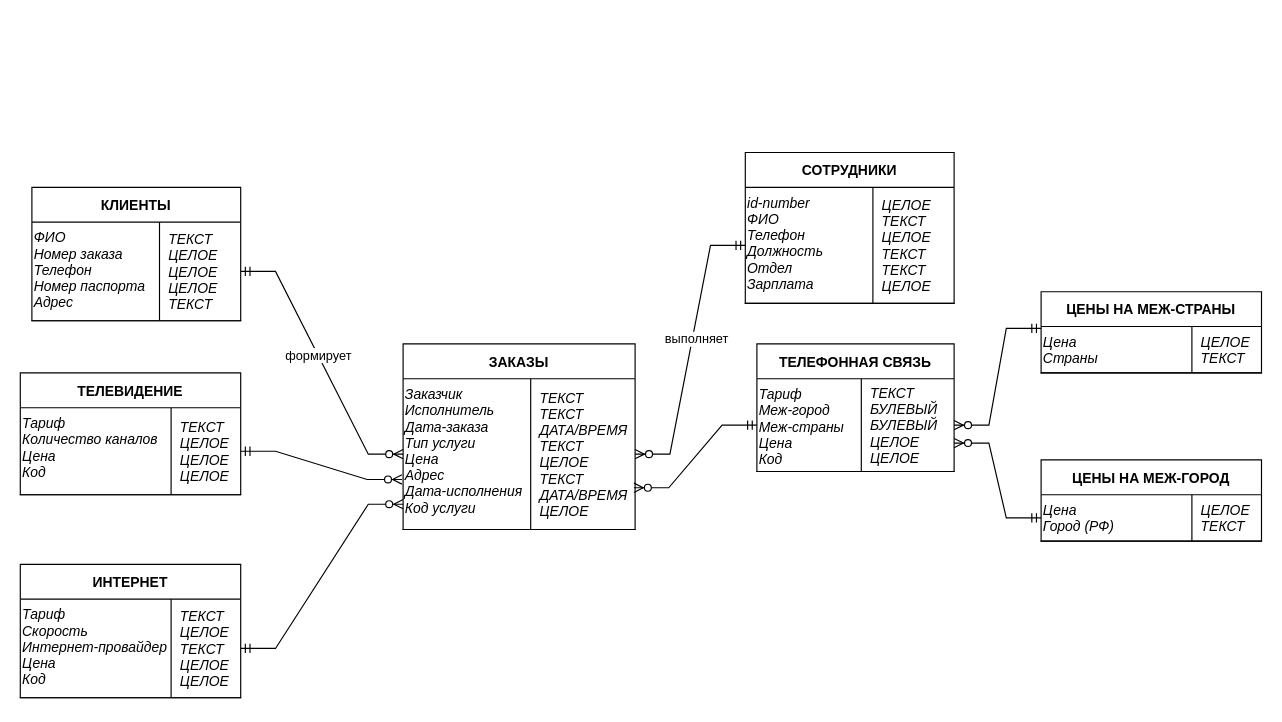
Above: ER-диаграмма.drawio in HappyARL/DB_2023_project (draw.io), before the change. Source tidied: cells renumbered, new cells numbered last; positions are measured from the earlier drawing's top-left corner, leaving out a move shared by most shapes. Both pictures are drawn from the tidied source at 116%, with x=0, y=0 at pixel (20, 152).
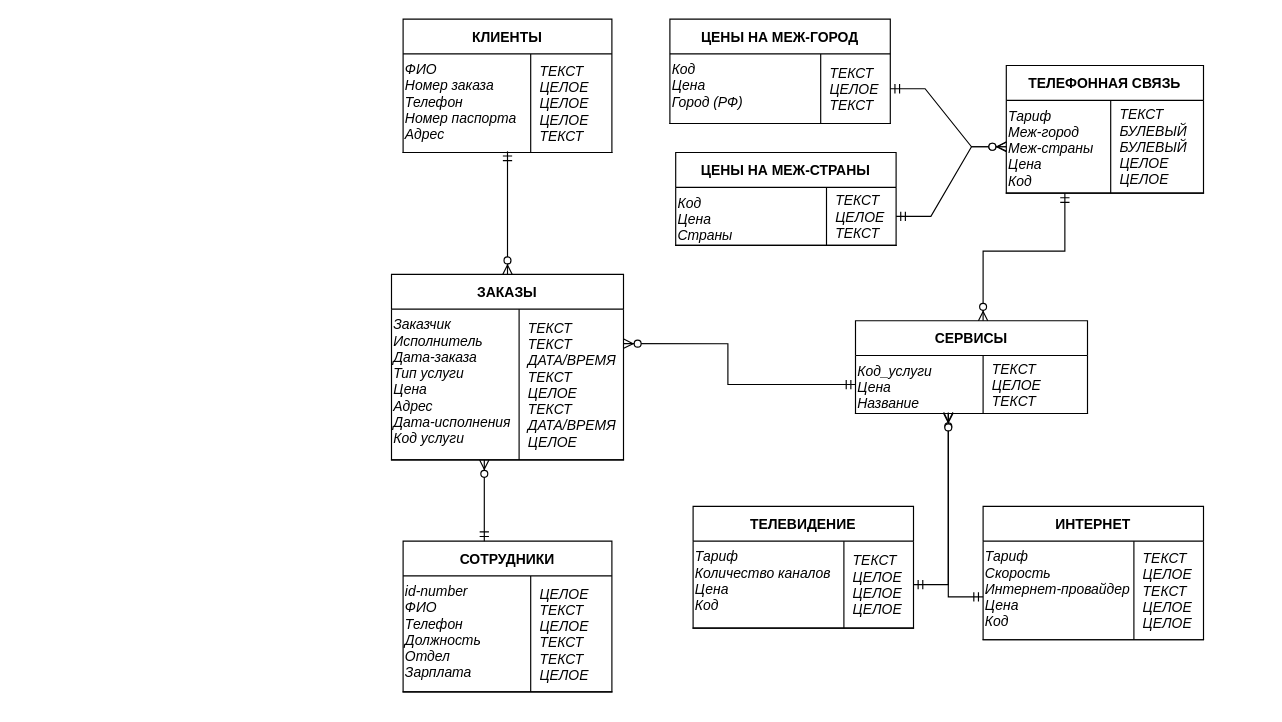
After the change.

Unchanged cells that the change refers to:
```xml
<mxCell id="3" style="shape=partialRectangle;fillColor=none;points=[[0,0.5],[1,0.5]];portConstraint=eastwest;top=0;left=0;right=0;bottom=1;" parent="2" vertex="1">
  <mxGeometry y="30" width="180" height="85" as="geometry" />
</mxCell>
<mxCell id="7" style="shape=partialRectangle;fillColor=none;points=[[0,0.5],[1,0.5]];portConstraint=eastwest;top=0;left=0;right=0;bottom=1;" parent="6" vertex="1">
  <mxGeometry y="30" width="190" height="85" as="geometry" />
</mxCell>
<mxCell id="11" style="shape=partialRectangle;fillColor=none;points=[[0,0.5],[1,0.5]];portConstraint=eastwest;top=0;left=0;right=0;bottom=1;" parent="10" vertex="1">
  <mxGeometry y="30" width="180" height="100" as="geometry" />
</mxCell>
<mxCell id="15" style="shape=partialRectangle;fillColor=none;points=[[0,0.5],[1,0.5]];portConstraint=eastwest;top=0;left=0;right=0;bottom=1;" parent="14" vertex="1">
  <mxGeometry y="30" width="200" height="130" as="geometry" />
</mxCell>
<mxCell id="19" style="shape=partialRectangle;fillColor=none;points=[[0,0.5],[1,0.5]];portConstraint=eastwest;top=0;left=0;right=0;bottom=1;" parent="18" vertex="1">
  <mxGeometry y="30" width="190" height="75" as="geometry" />
</mxCell>
<mxCell id="23" style="shape=partialRectangle;fillColor=none;points=[[0,0.5],[1,0.5]];portConstraint=eastwest;top=0;left=0;right=0;bottom=1;" parent="22" vertex="1">
  <mxGeometry y="30" width="170" height="80" as="geometry" />
</mxCell>
```

Diff of the diagram source:
```diff
@@
     <mxCell id="2" value="КЛИЕНТЫ" style="shape=table;startSize=30;childLayout=tableLayout;rowLines=0;fontStyle=1;align=center;swimlaneLine=1;rounded=0;shadow=0;" parent="1" vertex="1">
-      <mxGeometry x="10" y="30" width="180" height="115" as="geometry" />
+      <mxGeometry x="330" y="-115" width="180" height="115" as="geometry" />
     </mxCell>
@@
     <mxCell id="6" value="ИНТЕРНЕТ" style="shape=table;startSize=30;childLayout=tableLayout;rowLines=0;fontStyle=1;align=center;swimlaneLine=1;rounded=0;shadow=0;" parent="1" vertex="1">
-      <mxGeometry y="355" width="190" height="115" as="geometry" />
+      <mxGeometry x="830" y="305" width="190" height="115" as="geometry" />
     </mxCell>
@@
     <mxCell id="10" value="СОТРУДНИКИ" style="shape=table;startSize=30;childLayout=tableLayout;rowLines=0;fontStyle=1;align=center;swimlaneLine=1;rounded=0;shadow=0;" parent="1" vertex="1">
-      <mxGeometry x="625" width="180" height="130" as="geometry" />
+      <mxGeometry x="330" y="335" width="180" height="130" as="geometry" />
     </mxCell>
@@
     <mxCell id="14" value="ЗАКАЗЫ" style="shape=table;startSize=30;childLayout=tableLayout;rowLines=0;fontStyle=1;align=center;swimlaneLine=1;rounded=0;shadow=0;" parent="1" vertex="1">
-      <mxGeometry x="330" y="165" width="200" height="160" as="geometry" />
+      <mxGeometry x="320" y="105" width="200" height="160" as="geometry" />
     </mxCell>
@@
     <mxCell id="18" value="ТЕЛЕВИДЕНИЕ" style="shape=table;startSize=30;childLayout=tableLayout;rowLines=0;fontStyle=1;align=center;swimlaneLine=1;rounded=0;shadow=0;" parent="1" vertex="1">
-      <mxGeometry y="190" width="190" height="105" as="geometry" />
+      <mxGeometry x="580" y="305" width="190" height="105" as="geometry" />
     </mxCell>
@@
     <mxCell id="22" value="ТЕЛЕФОННАЯ СВЯЗЬ" style="shape=table;startSize=30;childLayout=tableLayout;rowLines=0;fontStyle=1;align=center;swimlaneLine=1;rounded=0;shadow=0;" parent="1" vertex="1">
-      <mxGeometry x="635" y="165" width="170" height="110" as="geometry" />
+      <mxGeometry x="850" y="-75" width="170" height="110" as="geometry" />
     </mxCell>
@@
     <mxCell id="26" value="ЦЕНЫ НА МЕЖ-ГОРОД" style="shape=table;startSize=30;childLayout=tableLayout;rowLines=0;fontStyle=1;align=center;swimlaneLine=1;rounded=0;shadow=0;" parent="1" vertex="1">
-      <mxGeometry x="880" y="265" width="190" height="70" as="geometry" />
+      <mxGeometry x="560" y="-115" width="190" height="90" as="geometry" />
     </mxCell>
     <mxCell id="27" style="shape=partialRectangle;fillColor=none;points=[[0,0.5],[1,0.5]];portConstraint=eastwest;top=0;left=0;right=0;bottom=1;" parent="26" vertex="1">
-      <mxGeometry y="30" width="190" height="40" as="geometry" />
+      <mxGeometry y="30" width="190" height="60" as="geometry" />
     </mxCell>
-    <mxCell id="28" value="Цена&#10;Город (РФ)" style="shape=partialRectangle;overflow=hidden;fillColor=none;top=0;left=0;bottom=0;right=0;fontStyle=2;align=left;verticalAlign=top;" parent="27" vertex="1">
-      <mxGeometry width="130" height="40" as="geometry" />
+    <mxCell id="28" value="Код&#10;Цена&#10;Город (РФ)" style="shape=partialRectangle;overflow=hidden;fillColor=none;top=0;left=0;bottom=0;right=0;fontStyle=2;align=left;verticalAlign=top;" parent="27" vertex="1">
+      <mxGeometry width="130" height="60" as="geometry" />
     </mxCell>
-    <mxCell id="29" value="ЦЕЛОЕ&#10;ТЕКСТ" style="shape=partialRectangle;overflow=hidden;fillColor=none;top=0;left=0;bottom=0;right=0;align=left;spacingLeft=6;fontStyle=2;" parent="27" vertex="1">
-      <mxGeometry x="130" width="60" height="40" as="geometry" />
+    <mxCell id="29" value="ТЕКСТ&#10;ЦЕЛОЕ&#10;ТЕКСТ" style="shape=partialRectangle;overflow=hidden;fillColor=none;top=0;left=0;bottom=0;right=0;align=left;spacingLeft=6;fontStyle=2;" parent="27" vertex="1">
+      <mxGeometry x="130" width="60" height="60" as="geometry" />
     </mxCell>
     <mxCell id="30" value="ЦЕНЫ НА МЕЖ-СТРАНЫ" style="shape=table;startSize=30;childLayout=tableLayout;rowLines=0;fontStyle=1;align=center;swimlaneLine=1;rounded=0;shadow=0;" parent="1" vertex="1">
-      <mxGeometry x="880" y="120" width="190" height="70" as="geometry" />
+      <mxGeometry x="565" width="190" height="80" as="geometry" />
     </mxCell>
     <mxCell id="31" style="shape=partialRectangle;fillColor=none;points=[[0,0.5],[1,0.5]];portConstraint=eastwest;top=0;left=0;right=0;bottom=1;" parent="30" vertex="1">
-      <mxGeometry y="30" width="190" height="40" as="geometry" />
+      <mxGeometry y="30" width="190" height="50" as="geometry" />
     </mxCell>
-    <mxCell id="32" value="Цена&#10;Страны" style="shape=partialRectangle;overflow=hidden;fillColor=none;top=0;left=0;bottom=0;right=0;fontStyle=2;align=left;verticalAlign=top;" parent="31" vertex="1">
-      <mxGeometry width="130" height="40" as="geometry" />
+    <mxCell id="32" value="Код&#10;Цена&#10;Страны" style="shape=partialRectangle;overflow=hidden;fillColor=none;top=0;left=0;bottom=0;right=0;fontStyle=2;align=left;verticalAlign=top;" parent="31" vertex="1">
+      <mxGeometry width="130" height="50" as="geometry" />
     </mxCell>
-    <mxCell id="33" value="ЦЕЛОЕ&#10;ТЕКСТ" style="shape=partialRectangle;overflow=hidden;fillColor=none;top=0;left=0;bottom=0;right=0;align=left;spacingLeft=6;fontStyle=2;" parent="31" vertex="1">
-      <mxGeometry x="130" width="60" height="40" as="geometry" />
+    <mxCell id="33" value="ТЕКСТ&#10;ЦЕЛОЕ&#10;ТЕКСТ" style="shape=partialRectangle;overflow=hidden;fillColor=none;top=0;left=0;bottom=0;right=0;align=left;spacingLeft=6;fontStyle=2;" parent="31" vertex="1">
+      <mxGeometry x="130" width="60" height="50" as="geometry" />
     </mxCell>
-    <mxCell id="34" style="edgeStyle=entityRelationEdgeStyle;fontSize=12;html=1;endArrow=ERzeroToMany;startArrow=ERmandOne;rounded=0;exitX=1;exitY=0.5;exitDx=0;exitDy=0;entryX=0;entryY=0.5;entryDx=0;entryDy=0;" parent="1" edge="1" source="3" target="15">
-      <mxGeometry relative="1" as="geometry" />
-    </mxCell>
-    <mxCell id="35" value="формирует" style="edgeLabel;html=1;align=center;verticalAlign=middle;" parent="34" vertex="1">
-      <mxGeometry x="-0.06" relative="1" as="geometry" />
-    </mxCell>
-    <mxCell id="36" style="edgeStyle=entityRelationEdgeStyle;fontSize=12;html=1;endArrow=ERzeroToMany;startArrow=ERmandOne;rounded=0;exitX=0;exitY=0.5;exitDx=0;exitDy=0;entryX=1;entryY=0.5;entryDx=0;entryDy=0;" parent="1" edge="1" source="11" target="15">
-      <mxGeometry relative="1" as="geometry" />
-    </mxCell>
-    <mxCell id="37" value="выполняет" style="edgeLabel;html=1;align=center;verticalAlign=middle;" parent="36" vertex="1">
-      <mxGeometry x="-0.09" y="3" relative="1" as="geometry" />
-    </mxCell>
-    <mxCell id="38" style="edgeStyle=entityRelationEdgeStyle;fontSize=12;html=1;endArrow=ERzeroToMany;startArrow=ERmandOne;rounded=0;exitX=1;exitY=0.5;exitDx=0;exitDy=0;entryX=0;entryY=0.832;entryDx=0;entryDy=0;entryPerimeter=0;" parent="1" edge="1" source="7" target="15">
-      <mxGeometry relative="1" as="geometry" />
-    </mxCell>
-    <mxCell id="39" style="edgeStyle=entityRelationEdgeStyle;fontSize=12;html=1;endArrow=ERzeroToMany;startArrow=ERmandOne;rounded=0;exitX=1;exitY=0.5;exitDx=0;exitDy=0;entryX=-0.005;entryY=0.668;entryDx=0;entryDy=0;entryPerimeter=0;" parent="1" edge="1" source="19" target="15">
-      <mxGeometry relative="1" as="geometry" />
-    </mxCell>
-    <mxCell id="40" style="edgeStyle=entityRelationEdgeStyle;fontSize=12;html=1;endArrow=ERzeroToMany;startArrow=ERmandOne;rounded=0;entryX=0.995;entryY=0.723;entryDx=0;entryDy=0;entryPerimeter=0;exitX=0;exitY=0.5;exitDx=0;exitDy=0;" parent="1" edge="1" source="23" target="15">
-      <mxGeometry relative="1" as="geometry" />
-    </mxCell>
+    <mxCell id="43" value="СЕРВИСЫ" style="shape=table;startSize=30;childLayout=tableLayout;rowLines=0;fontStyle=1;align=center;swimlaneLine=1;rounded=0;shadow=0;" parent="1" vertex="1">
+      <mxGeometry x="720" y="145" width="200" height="80" as="geometry" />
+    </mxCell>
+    <mxCell id="44" style="shape=partialRectangle;fillColor=none;points=[[0,0.5],[1,0.5]];portConstraint=eastwest;top=0;left=0;right=0;bottom=1;" parent="43" vertex="1">
+      <mxGeometry y="30" width="200" height="50" as="geometry" />
+    </mxCell>
+    <mxCell id="45" value="Код_услуги&#10;Цена&#10;Название" style="shape=partialRectangle;overflow=hidden;fillColor=none;top=0;left=0;bottom=0;right=0;fontStyle=2;align=left;verticalAlign=top;" parent="44" vertex="1">
+      <mxGeometry width="110" height="50" as="geometry" />
+    </mxCell>
+    <mxCell id="46" value="ТЕКСТ&#10;ЦЕЛОЕ&#10;ТЕКСТ" style="shape=partialRectangle;overflow=hidden;fillColor=none;top=0;left=0;bottom=0;right=0;align=left;spacingLeft=6;fontStyle=2;" parent="44" vertex="1">
+      <mxGeometry x="110" width="90" height="50" as="geometry" />
+    </mxCell>
+    <mxCell id="42" style="edgeStyle=entityRelationEdgeStyle;fontSize=12;html=1;endArrow=ERzeroToMany;startArrow=ERmandOne;rounded=0;entryX=0;entryY=0.5;entryDx=0;entryDy=0;exitX=1;exitY=0.5;exitDx=0;exitDy=0;" parent="1" edge="1" source="27" target="23">
+      <mxGeometry relative="1" as="geometry" />
+    </mxCell>
-    <mxCell id="41" style="edgeStyle=entityRelationEdgeStyle;fontSize=12;html=1;endArrow=ERzeroToMany;startArrow=ERmandOne;rounded=0;entryX=1;entryY=0.5;entryDx=0;entryDy=0;exitX=0;exitY=0.038;exitDx=0;exitDy=0;exitPerimeter=0;" parent="1" edge="1" source="31" target="23">
+    <mxCell id="41" style="edgeStyle=entityRelationEdgeStyle;fontSize=12;html=1;endArrow=ERzeroToMany;startArrow=ERmandOne;rounded=0;" parent="1" edge="1" source="31" target="23">
       <mxGeometry relative="1" as="geometry" />
     </mxCell>
-    <mxCell id="42" style="edgeStyle=entityRelationEdgeStyle;fontSize=12;html=1;endArrow=ERzeroToMany;startArrow=ERmandOne;rounded=0;exitX=0;exitY=0.5;exitDx=0;exitDy=0;entryX=1;entryY=0.693;entryDx=0;entryDy=0;entryPerimeter=0;" parent="1" edge="1" source="27" target="23">
-      <mxGeometry relative="1" as="geometry" />
-    </mxCell>
+    <mxCell id="47" style="edgeStyle=orthogonalEdgeStyle;fontSize=12;html=1;endArrow=ERzeroToMany;startArrow=ERmandOne;rounded=0;exitX=1;exitY=0.5;exitDx=0;exitDy=0;entryX=0.4;entryY=0.98;entryDx=0;entryDy=0;entryPerimeter=0;" parent="1" edge="1" source="19" target="44">
+      <mxGeometry relative="1" as="geometry">
+        <Array as="points">
+          <mxPoint x="800" y="373" />
+        </Array>
+      </mxGeometry>
+    </mxCell>
+    <mxCell id="48" style="edgeStyle=orthogonalEdgeStyle;fontSize=12;html=1;endArrow=ERzeroToMany;startArrow=ERmandOne;rounded=0;exitX=0;exitY=0.565;exitDx=0;exitDy=0;exitPerimeter=0;" parent="1" edge="1" source="7">
+      <mxGeometry relative="1" as="geometry">
+        <mxPoint x="800" y="225" as="targetPoint" />
+        <Array as="points">
+          <mxPoint x="800" y="383" />
+          <mxPoint x="800" y="245" />
+        </Array>
+      </mxGeometry>
+    </mxCell>
+    <mxCell id="49" style="edgeStyle=orthogonalEdgeStyle;fontSize=12;html=1;endArrow=ERzeroToMany;startArrow=ERmandOne;rounded=0;exitX=0.297;exitY=1;exitDx=0;exitDy=0;exitPerimeter=0;" parent="1" edge="1" source="23">
+      <mxGeometry relative="1" as="geometry">
+        <mxPoint x="830" y="145" as="targetPoint" />
+        <Array as="points">
+          <mxPoint x="901" y="85" />
+          <mxPoint x="830" y="85" />
+        </Array>
+      </mxGeometry>
+    </mxCell>
+    <mxCell id="50" style="edgeStyle=orthogonalEdgeStyle;fontSize=12;html=1;endArrow=ERzeroToMany;startArrow=ERmandOne;rounded=0;entryX=1.001;entryY=0.229;entryDx=0;entryDy=0;entryPerimeter=0;" parent="1" edge="1" source="44" target="15">
+      <mxGeometry relative="1" as="geometry">
+        <Array as="points">
+          <mxPoint x="610" y="200" />
+          <mxPoint x="610" y="165" />
+        </Array>
+      </mxGeometry>
+    </mxCell>
+    <mxCell id="51" style="fontSize=12;html=1;endArrow=ERzeroToMany;startArrow=ERmandOne;rounded=0;entryX=0.5;entryY=0;entryDx=0;entryDy=0;exitX=0.5;exitY=0.988;exitDx=0;exitDy=0;exitPerimeter=0;" parent="1" edge="1" source="3" target="14">
+      <mxGeometry relative="1" as="geometry" />
+    </mxCell>
+    <mxCell id="52" style="fontSize=12;html=1;endArrow=ERzeroToMany;startArrow=ERmandOne;rounded=0;" parent="1" edge="1">
+      <mxGeometry relative="1" as="geometry">
+        <mxPoint x="400" y="335" as="sourcePoint" />
+        <mxPoint x="400" y="265" as="targetPoint" />
+      </mxGeometry>
+    </mxCell>
```
